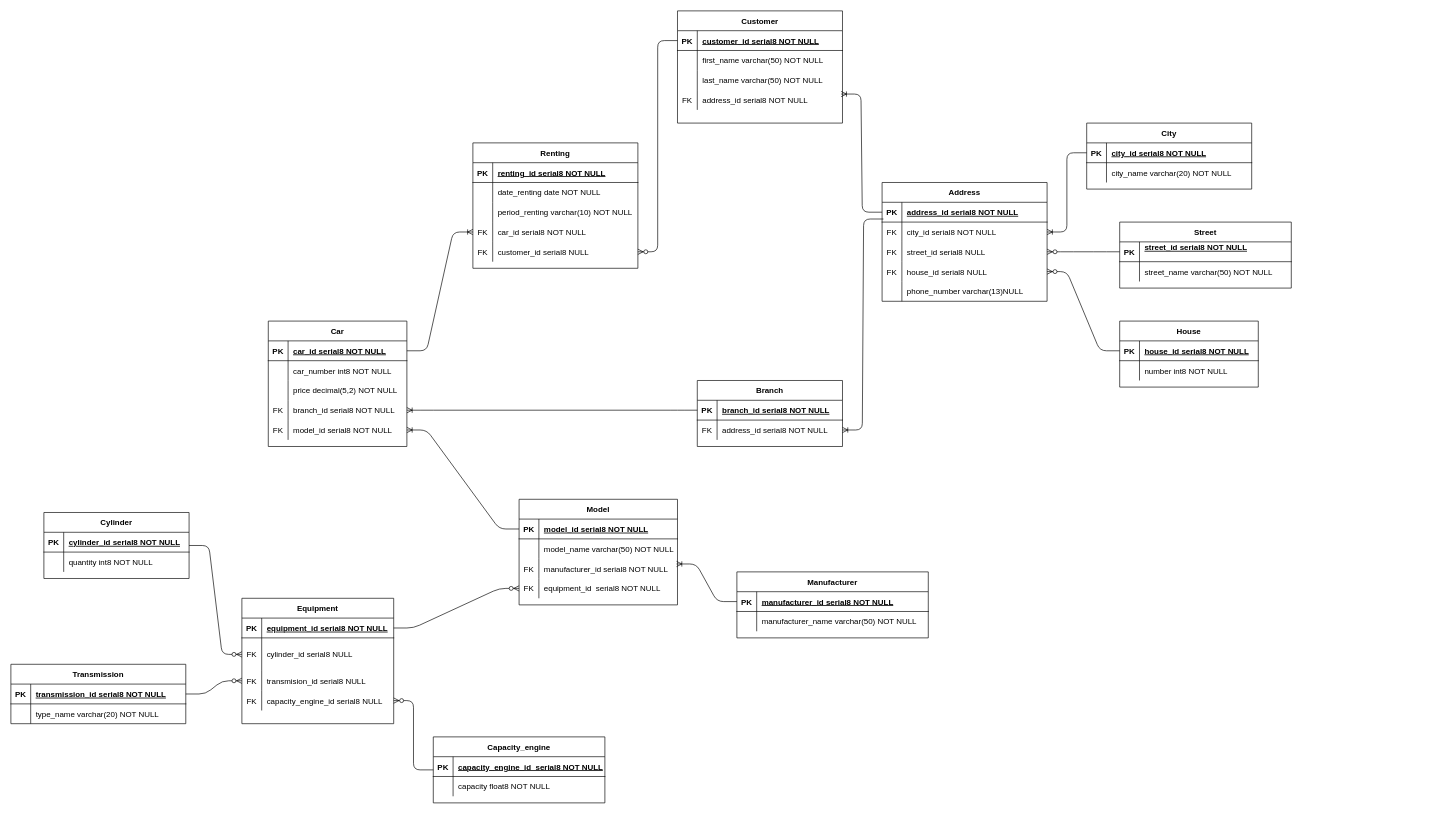
julia-kopysova/python-education keeps this draw.io diagram as database_module/diagram_task/er_diagram_car.drawio. Above is the earlier version. Source tidied: cells renumbered, new cells numbered last; positions are measured from the earlier drawing's top-left corner, leaving out a move shared by most shapes. Both pictures are drawn from the tidied source at 66%, with x=0, y=0 at pixel (11, 11).
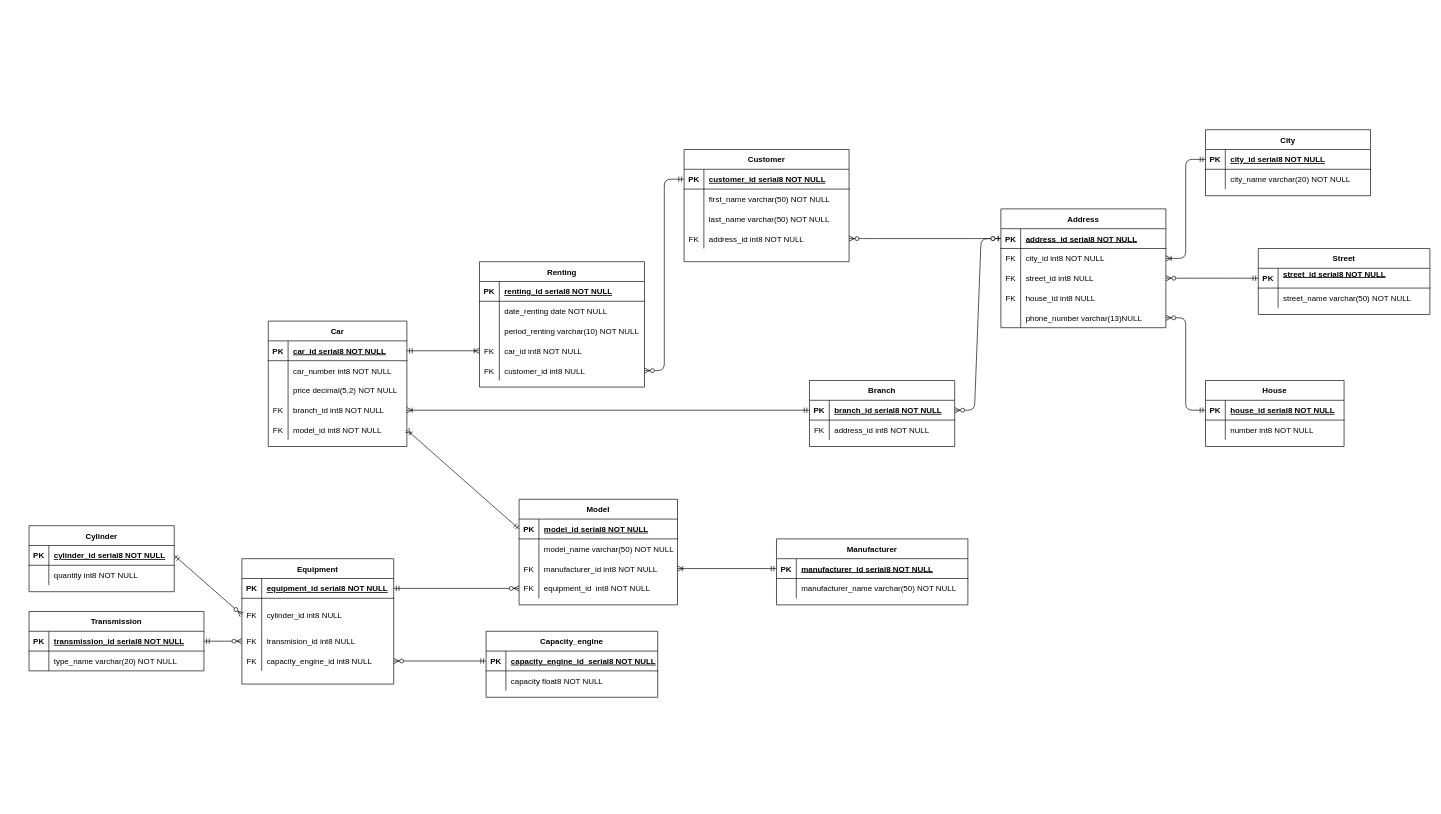
Above is the later version.

Commit message:
Changed types of relationships and data type in FK

Unchanged cells that the change refers to:
```xml
<mxCell id="3" style="shape=partialRectangle;fillColor=none;points=[[0,0.5],[1,0.5]];portConstraint=eastwest;top=0;left=0;right=0;bottom=1;" parent="2" vertex="1">
<mxCell id="6" style="shape=partialRectangle;fillColor=none;points=[[0,0.5],[1,0.5]];portConstraint=eastwest;top=0;left=0;right=0;bottom=0;" parent="2" vertex="1">
<mxCell id="9" style="shape=partialRectangle;fillColor=none;points=[[0,0.5],[1,0.5]];portConstraint=eastwest;top=0;left=0;right=0;bottom=0;" parent="2" vertex="1">
<mxCell id="12" style="shape=partialRectangle;fillColor=none;points=[[0,0.5],[1,0.5]];portConstraint=eastwest;top=0;left=0;right=0;bottom=0;" parent="2" vertex="1">
<mxCell id="15" style="shape=partialRectangle;fillColor=none;points=[[0,0.5],[1,0.5]];portConstraint=eastwest;top=0;left=0;right=0;bottom=0;" parent="2" vertex="1">
<mxCell id="19" style="shape=partialRectangle;fillColor=none;points=[[0,0.5],[1,0.5]];portConstraint=eastwest;top=0;left=0;right=0;bottom=1;" parent="18" vertex="1">
<mxCell id="28" style="shape=partialRectangle;fillColor=none;points=[[0,0.5],[1,0.5]];portConstraint=eastwest;top=0;left=0;right=0;bottom=0;" parent="18" vertex="1">
<mxCell id="32" style="shape=partialRectangle;fillColor=none;top=0;left=0;bottom=1;right=0;points=[[0,0.5],[1,0.5]];portConstraint=eastwest;" parent="31" vertex="1">
<mxCell id="35" style="shape=partialRectangle;fillColor=none;top=0;left=0;bottom=0;right=0;points=[[0,0.5],[1,0.5]];portConstraint=eastwest;" parent="31" vertex="1">
<mxCell id="39" style="shape=partialRectangle;fillColor=none;top=0;left=0;bottom=1;right=0;points=[[0,0.5],[1,0.5]];portConstraint=eastwest;" parent="38" vertex="1">
<mxCell id="48" style="shape=partialRectangle;fillColor=none;top=0;left=0;bottom=0;right=0;points=[[0,0.5],[1,0.5]];portConstraint=eastwest;" parent="38" vertex="1">
<mxCell id="51" style="shape=partialRectangle;fillColor=none;top=0;left=0;bottom=0;right=0;points=[[0,0.5],[1,0.5]];portConstraint=eastwest;" parent="38" vertex="1">
<mxCell id="55" style="shape=partialRectangle;fillColor=none;top=0;left=0;bottom=1;right=0;points=[[0,0.5],[1,0.5]];portConstraint=eastwest;" parent="54" vertex="1">
<mxCell id="62" style="shape=partialRectangle;fillColor=none;top=0;left=0;bottom=1;right=0;points=[[0,0.5],[1,0.5]];portConstraint=eastwest;" parent="61" vertex="1">
<mxCell id="68" style="shape=partialRectangle;fillColor=none;top=0;left=0;bottom=0;right=0;points=[[0,0.5],[1,0.5]];portConstraint=eastwest;" parent="61" vertex="1">
<mxCell id="71" style="shape=partialRectangle;fillColor=none;top=0;left=0;bottom=0;right=0;points=[[0,0.5],[1,0.5]];portConstraint=eastwest;" parent="61" vertex="1">
<mxCell id="75" style="shape=partialRectangle;fillColor=none;top=0;left=0;bottom=1;right=0;points=[[0,0.5],[1,0.5]];portConstraint=eastwest;" parent="74" vertex="1">
<mxCell id="82" style="shape=partialRectangle;fillColor=none;top=0;left=0;bottom=1;right=0;points=[[0,0.5],[1,0.5]];portConstraint=eastwest;" parent="81" vertex="1">
<mxCell id="96" style="shape=partialRectangle;fillColor=none;top=0;left=0;bottom=1;right=0;points=[[0,0.5],[1,0.5]];portConstraint=eastwest;" parent="95" vertex="1">
<mxCell id="99" style="shape=partialRectangle;fillColor=none;top=0;left=0;bottom=0;right=0;points=[[0,0.5],[1,0.5]];portConstraint=eastwest;" parent="95" vertex="1">
<mxCell id="102" style="shape=partialRectangle;fillColor=none;top=0;left=0;bottom=0;right=0;points=[[0,0.5],[1,0.5]];portConstraint=eastwest;" parent="95" vertex="1">
<mxCell id="105" style="shape=partialRectangle;fillColor=none;top=0;left=0;bottom=0;right=0;points=[[0,0.5],[1,0.5]];portConstraint=eastwest;" parent="95" vertex="1">
<mxCell id="110" style="shape=partialRectangle;fillColor=none;top=0;left=0;bottom=1;right=0;points=[[0,0.5],[1,0.5]];portConstraint=eastwest;" parent="109" vertex="1">
<mxCell id="118" style="shape=partialRectangle;fillColor=none;top=0;left=0;bottom=1;right=0;points=[[0,0.5],[1,0.5]];portConstraint=eastwest;" parent="117" vertex="1">
<mxCell id="126" style="shape=partialRectangle;fillColor=none;top=0;left=0;bottom=1;right=0;points=[[0,0.5],[1,0.5]];portConstraint=eastwest;" parent="125" vertex="1">
<mxCell id="134" style="shape=partialRectangle;fillColor=none;top=0;left=0;bottom=1;right=0;points=[[0,0.5],[1,0.5]];portConstraint=eastwest;" parent="133" vertex="1">
<mxCell id="150" style="shape=partialRectangle;fillColor=none;top=0;left=0;bottom=0;right=0;points=[[0,0.5],[1,0.5]];portConstraint=eastwest;" parent="140" vertex="1">
<mxCell id="153" style="shape=partialRectangle;fillColor=none;top=0;left=0;bottom=0;right=0;points=[[0,0.5],[1,0.5]];portConstraint=eastwest;" parent="140" vertex="1">
```

Diff of the diagram source:
```diff
@@
     <mxCell id="2" value="Address" style="shape=table;startSize=30;childLayout=tableLayout;rowLines=0;fontStyle=1;align=center;" parent="1" vertex="1">
-      <mxGeometry x="1320" y="260" width="250" height="180" as="geometry" />
+      <mxGeometry x="1500" y="300" width="250" height="180" as="geometry" />
     </mxCell>
@@
-    <mxCell id="8" value="city_id serial8 NOT NULL" style="shape=partialRectangle;overflow=hidden;fillColor=none;top=0;left=0;bottom=0;right=0;align=left;spacingLeft=6;" parent="6" vertex="1">
+    <mxCell id="8" value="city_id int8 NOT NULL" style="shape=partialRectangle;overflow=hidden;fillColor=none;top=0;left=0;bottom=0;right=0;align=left;spacingLeft=6;" parent="6" vertex="1">
       <mxGeometry x="30" width="220" height="30" as="geometry" />
     </mxCell>
@@
-    <mxCell id="11" value="street_id serial8 NULL" style="shape=partialRectangle;overflow=hidden;fillColor=none;top=0;left=0;bottom=0;right=0;align=left;spacingLeft=6;" parent="9" vertex="1">
+    <mxCell id="11" value="street_id int8 NULL" style="shape=partialRectangle;overflow=hidden;fillColor=none;top=0;left=0;bottom=0;right=0;align=left;spacingLeft=6;" parent="9" vertex="1">
       <mxGeometry x="30" width="220" height="30" as="geometry" />
     </mxCell>
@@
-    <mxCell id="14" value="house_id serial8 NULL" style="shape=partialRectangle;overflow=hidden;fillColor=none;top=0;left=0;bottom=0;right=0;align=left;spacingLeft=6;" parent="12" vertex="1">
+    <mxCell id="14" value="house_id int8 NULL" style="shape=partialRectangle;overflow=hidden;fillColor=none;top=0;left=0;bottom=0;right=0;align=left;spacingLeft=6;" parent="12" vertex="1">
       <mxGeometry x="30" width="220" height="30" as="geometry" />
     </mxCell>
@@
     <mxCell id="18" value="Customer" style="shape=table;startSize=30;childLayout=tableLayout;rowLines=0;fontStyle=1;align=center;" parent="1" vertex="1">
-      <mxGeometry x="1010" width="250" height="170" as="geometry" />
+      <mxGeometry x="1020" y="210" width="250" height="170" as="geometry" />
     </mxCell>
@@
-    <mxCell id="30" value="address_id serial8 NOT NULL" style="shape=partialRectangle;overflow=hidden;fillColor=none;top=0;left=0;bottom=0;right=0;align=left;spacingLeft=6;" parent="28" vertex="1">
+    <mxCell id="30" value="address_id int8 NOT NULL" style="shape=partialRectangle;overflow=hidden;fillColor=none;top=0;left=0;bottom=0;right=0;align=left;spacingLeft=6;" parent="28" vertex="1">
       <mxGeometry x="30" width="220" height="30" as="geometry" />
     </mxCell>
     <mxCell id="31" value="Branch" style="shape=table;startSize=30;childLayout=tableLayout;rowLines=0;fontStyle=1;align=center;" parent="1" vertex="1">
-      <mxGeometry x="1040" y="560" width="220" height="100" as="geometry" />
+      <mxGeometry x="1210" y="560" width="220" height="100" as="geometry" />
     </mxCell>
@@
-    <mxCell id="37" value="address_id serial8 NOT NULL" style="shape=partialRectangle;fillColor=none;top=0;left=0;bottom=0;right=0;align=left;spacingLeft=6;overflow=hidden;" parent="35" vertex="1">
+    <mxCell id="37" value="address_id int8 NOT NULL" style="shape=partialRectangle;fillColor=none;top=0;left=0;bottom=0;right=0;align=left;spacingLeft=6;overflow=hidden;" parent="35" vertex="1">
       <mxGeometry x="30" width="190" height="30" as="geometry" />
     </mxCell>
@@
-    <mxCell id="50" value="branch_id serial8 NOT NULL" style="shape=partialRectangle;fillColor=none;top=0;left=0;bottom=0;right=0;align=left;spacingLeft=6;overflow=hidden;" parent="48" vertex="1">
+    <mxCell id="50" value="branch_id int8 NOT NULL" style="shape=partialRectangle;fillColor=none;top=0;left=0;bottom=0;right=0;align=left;spacingLeft=6;overflow=hidden;" parent="48" vertex="1">
       <mxGeometry x="30" width="180" height="30" as="geometry" />
     </mxCell>
@@
-    <mxCell id="53" value="model_id serial8 NOT NULL" style="shape=partialRectangle;fillColor=none;top=0;left=0;bottom=0;right=0;align=left;spacingLeft=6;overflow=hidden;" parent="51" vertex="1">
+    <mxCell id="53" value="model_id int8 NOT NULL" style="shape=partialRectangle;fillColor=none;top=0;left=0;bottom=0;right=0;align=left;spacingLeft=6;overflow=hidden;" parent="51" vertex="1">
       <mxGeometry x="30" width="180" height="30" as="geometry" />
     </mxCell>
     <mxCell id="54" value="Manufacturer" style="shape=table;startSize=30;childLayout=tableLayout;rowLines=0;fontStyle=1;align=center;" parent="1" vertex="1">
-      <mxGeometry x="1100" y="850" width="290" height="100" as="geometry" />
+      <mxGeometry x="1160" y="800" width="290" height="100" as="geometry" />
     </mxCell>
@@
-    <mxCell id="70" value="manufacturer_id serial8 NOT NULL" style="shape=partialRectangle;fillColor=none;top=0;left=0;bottom=0;right=0;align=left;spacingLeft=6;overflow=hidden;" parent="68" vertex="1">
+    <mxCell id="70" value="manufacturer_id int8 NOT NULL" style="shape=partialRectangle;fillColor=none;top=0;left=0;bottom=0;right=0;align=left;spacingLeft=6;overflow=hidden;" parent="68" vertex="1">
       <mxGeometry x="30" width="210" height="30" as="geometry" />
     </mxCell>
@@
-    <mxCell id="73" value="equipment_id  serial8 NOT NULL" style="shape=partialRectangle;fillColor=none;top=0;left=0;bottom=0;right=0;align=left;spacingLeft=6;overflow=hidden;" parent="71" vertex="1">
+    <mxCell id="73" value="equipment_id  int8 NOT NULL" style="shape=partialRectangle;fillColor=none;top=0;left=0;bottom=0;right=0;align=left;spacingLeft=6;overflow=hidden;" parent="71" vertex="1">
       <mxGeometry x="30" width="210" height="30" as="geometry" />
     </mxCell>
     <mxCell id="74" value="Transmission" style="shape=table;startSize=30;childLayout=tableLayout;rowLines=0;fontStyle=1;align=center;" parent="1" vertex="1">
-      <mxGeometry y="990" width="265" height="90" as="geometry" />
+      <mxGeometry x="27.5" y="910" width="265" height="90" as="geometry" />
     </mxCell>
@@
     <mxCell id="81" value="City" style="shape=table;startSize=30;childLayout=tableLayout;rowLines=0;fontStyle=1;align=center;" parent="1" vertex="1">
-      <mxGeometry x="1630" y="170" width="250" height="100" as="geometry" />
+      <mxGeometry x="1810" y="180" width="250" height="100" as="geometry" />
     </mxCell>
@@
-    <mxCell id="88" style="edgeStyle=entityRelationEdgeStyle;fontSize=12;html=1;endArrow=ERoneToMany;exitX=0;exitY=0.5;exitDx=0;exitDy=0;" parent="1" edge="1" source="82" target="6">
-      <mxGeometry relative="1" as="geometry" />
-    </mxCell>
-    <mxCell id="89" style="edgeStyle=entityRelationEdgeStyle;fontSize=12;html=1;endArrow=ERzeroToMany;endFill=1;entryX=0;entryY=0.5;entryDx=0;entryDy=0;" parent="1" edge="1" source="75" target="102">
-      <mxGeometry relative="1" as="geometry" />
-    </mxCell>
-    <mxCell id="90" style="edgeStyle=entityRelationEdgeStyle;fontSize=12;html=1;endArrow=ERoneToMany;entryX=0.994;entryY=0.267;entryDx=0;entryDy=0;entryPerimeter=0;exitX=0;exitY=0.5;exitDx=0;exitDy=0;" parent="1" edge="1" source="55" target="68">
-      <mxGeometry relative="1" as="geometry" />
-    </mxCell>
-    <mxCell id="91" style="edgeStyle=entityRelationEdgeStyle;fontSize=12;html=1;endArrow=ERoneToMany;" parent="1" edge="1" source="62" target="51">
-      <mxGeometry relative="1" as="geometry" />
-    </mxCell>
-    <mxCell id="92" style="edgeStyle=entityRelationEdgeStyle;fontSize=12;html=1;endArrow=ERoneToMany;exitX=0;exitY=0.5;exitDx=0;exitDy=0;entryX=1;entryY=0.5;entryDx=0;entryDy=0;" parent="1" edge="1" source="32" target="48">
-      <mxGeometry relative="1" as="geometry" />
-    </mxCell>
-    <mxCell id="93" style="edgeStyle=entityRelationEdgeStyle;fontSize=12;html=1;endArrow=ERoneToMany;exitX=0.008;exitY=0.844;exitDx=0;exitDy=0;exitPerimeter=0;entryX=1;entryY=0.5;entryDx=0;entryDy=0;" parent="1" edge="1" source="3" target="35">
-      <mxGeometry relative="1" as="geometry" />
-    </mxCell>
-    <mxCell id="94" style="edgeStyle=entityRelationEdgeStyle;fontSize=12;html=1;endArrow=ERoneToMany;exitX=0;exitY=0.5;exitDx=0;exitDy=0;entryX=0.992;entryY=0.2;entryDx=0;entryDy=0;entryPerimeter=0;" parent="1" edge="1" source="3" target="28">
-      <mxGeometry relative="1" as="geometry" />
-    </mxCell>
     <mxCell id="95" value="Equipment" style="shape=table;startSize=30;childLayout=tableLayout;rowLines=0;fontStyle=1;align=center;" parent="1" vertex="1">
-      <mxGeometry x="350" y="890" width="230" height="190" as="geometry" />
+      <mxGeometry x="350" y="830" width="230" height="190" as="geometry" />
     </mxCell>
@@
-    <mxCell id="101" value="cylinder_id serial8 NULL" style="shape=partialRectangle;fillColor=none;top=0;left=0;bottom=0;right=0;align=left;spacingLeft=6;overflow=hidden;" parent="99" vertex="1">
+    <mxCell id="101" value="cylinder_id int8 NULL" style="shape=partialRectangle;fillColor=none;top=0;left=0;bottom=0;right=0;align=left;spacingLeft=6;overflow=hidden;" parent="99" vertex="1">
       <mxGeometry x="30" width="200" height="50" as="geometry" />
     </mxCell>
@@
-    <mxCell id="104" value="transmision_id serial8 NULL" style="shape=partialRectangle;fillColor=none;top=0;left=0;bottom=0;right=0;align=left;spacingLeft=6;overflow=hidden;" parent="102" vertex="1">
+    <mxCell id="104" value="transmision_id int8 NULL" style="shape=partialRectangle;fillColor=none;top=0;left=0;bottom=0;right=0;align=left;spacingLeft=6;overflow=hidden;" parent="102" vertex="1">
       <mxGeometry x="30" width="200" height="30" as="geometry" />
     </mxCell>
@@
-    <mxCell id="107" value="capacity_engine_id serial8 NULL" style="shape=partialRectangle;fillColor=none;top=0;left=0;bottom=0;right=0;align=left;spacingLeft=6;overflow=hidden;" parent="105" vertex="1">
+    <mxCell id="107" value="capacity_engine_id int8 NULL" style="shape=partialRectangle;fillColor=none;top=0;left=0;bottom=0;right=0;align=left;spacingLeft=6;overflow=hidden;" parent="105" vertex="1">
       <mxGeometry x="30" width="200" height="30" as="geometry" />
     </mxCell>
-    <mxCell id="108" style="edgeStyle=entityRelationEdgeStyle;fontSize=12;html=1;endArrow=ERoneToMany;entryX=0;entryY=0.5;entryDx=0;entryDy=0;" parent="1" edge="1" source="39" target="150">
-      <mxGeometry relative="1" as="geometry" />
-    </mxCell>
     <mxCell id="109" value="Street" style="shape=table;startSize=30;childLayout=tableLayout;rowLines=0;fontStyle=1;align=center;" parent="1" vertex="1">
-      <mxGeometry x="1680" y="320" width="260" height="100" as="geometry" />
+      <mxGeometry x="1890" y="360" width="260" height="100" as="geometry" />
     </mxCell>
@@
-    <mxCell id="116" style="edgeStyle=entityRelationEdgeStyle;fontSize=12;html=1;endArrow=ERzeroToMany;endFill=1;entryX=0;entryY=0.5;entryDx=0;entryDy=0;exitX=1;exitY=0.5;exitDx=0;exitDy=0;" parent="1" edge="1" source="96" target="71">
-      <mxGeometry relative="1" as="geometry" />
-    </mxCell>
     <mxCell id="117" value="Сylinder" style="shape=table;startSize=30;childLayout=tableLayout;rowLines=0;fontStyle=1;align=center;" parent="1" vertex="1">
-      <mxGeometry x="50" y="760" width="220" height="100" as="geometry" />
+      <mxGeometry x="27.5" y="780" width="220" height="100" as="geometry" />
     </mxCell>
@@
-    <mxCell id="124" style="edgeStyle=entityRelationEdgeStyle;fontSize=12;html=1;endArrow=ERzeroToMany;endFill=1;exitX=1;exitY=0.5;exitDx=0;exitDy=0;entryX=0;entryY=0.5;entryDx=0;entryDy=0;" parent="1" edge="1" source="117" target="99">
-      <mxGeometry relative="1" as="geometry" />
-    </mxCell>
     <mxCell id="125" value="Capacity_engine" style="shape=table;startSize=30;childLayout=tableLayout;rowLines=0;fontStyle=1;align=center;" parent="1" vertex="1">
-      <mxGeometry x="640" y="1100" width="260" height="100" as="geometry" />
+      <mxGeometry x="720" y="940" width="260" height="100" as="geometry" />
     </mxCell>
@@
-    <mxCell id="132" style="edgeStyle=entityRelationEdgeStyle;fontSize=12;html=1;endArrow=ERzeroToMany;endFill=1;entryX=1;entryY=0.5;entryDx=0;entryDy=0;exitX=0;exitY=0.5;exitDx=0;exitDy=0;" parent="1" edge="1" source="125" target="105">
-      <mxGeometry relative="1" as="geometry" />
-    </mxCell>
     <mxCell id="133" value="House" style="shape=table;startSize=30;childLayout=tableLayout;rowLines=0;fontStyle=1;align=center;" parent="1" vertex="1">
-      <mxGeometry x="1680" y="470" width="210" height="100" as="geometry" />
+      <mxGeometry x="1810" y="560" width="210" height="100" as="geometry" />
     </mxCell>
@@
     <mxCell id="140" value="Renting" style="shape=table;startSize=30;childLayout=tableLayout;rowLines=0;fontStyle=1;align=center;" parent="1" vertex="1">
-      <mxGeometry x="700" y="200" width="250" height="190" as="geometry" />
+      <mxGeometry x="710" y="380" width="250" height="190" as="geometry" />
     </mxCell>
@@
-    <mxCell id="152" value="car_id serial8 NOT NULL" style="shape=partialRectangle;fillColor=none;top=0;left=0;bottom=0;right=0;align=left;spacingLeft=6;overflow=hidden;" parent="150" vertex="1">
+    <mxCell id="152" value="car_id int8 NOT NULL" style="shape=partialRectangle;fillColor=none;top=0;left=0;bottom=0;right=0;align=left;spacingLeft=6;overflow=hidden;" parent="150" vertex="1">
       <mxGeometry x="30" width="220" height="30" as="geometry" />
     </mxCell>
@@
-    <mxCell id="155" value="customer_id serial8 NULL" style="shape=partialRectangle;fillColor=none;top=0;left=0;bottom=0;right=0;align=left;spacingLeft=6;overflow=hidden;" parent="153" vertex="1">
+    <mxCell id="155" value="customer_id int8 NULL" style="shape=partialRectangle;fillColor=none;top=0;left=0;bottom=0;right=0;align=left;spacingLeft=6;overflow=hidden;" parent="153" vertex="1">
       <mxGeometry x="30" width="220" height="30" as="geometry" />
     </mxCell>
+    <mxCell id="108" style="edgeStyle=entityRelationEdgeStyle;fontSize=12;html=1;endArrow=ERoneToMany;startArrow=ERmandOne;entryX=0;entryY=0.5;entryDx=0;entryDy=0;exitX=1;exitY=0.5;exitDx=0;exitDy=0;" parent="1" edge="1" source="39" target="150">
+      <mxGeometry relative="1" as="geometry" />
+    </mxCell>
+    <mxCell id="92" style="fontSize=12;html=1;endArrow=ERoneToMany;startArrow=ERmandOne;exitX=0;exitY=0.5;exitDx=0;exitDy=0;" parent="1" edge="1" source="32" target="48">
+      <mxGeometry relative="1" as="geometry" />
+    </mxCell>
+    <mxCell id="91" style="fontSize=12;html=1;endArrow=ERoneToMany;startArrow=ERmandOne;entryX=1;entryY=0.5;entryDx=0;entryDy=0;exitX=0;exitY=0.5;exitDx=0;exitDy=0;" parent="1" edge="1" source="62" target="51">
+      <mxGeometry relative="1" as="geometry" />
+    </mxCell>
+    <mxCell id="116" style="fontSize=12;html=1;endArrow=ERzeroToMany;startArrow=ERmandOne;exitX=1;exitY=0.5;exitDx=0;exitDy=0;entryX=0;entryY=0.5;entryDx=0;entryDy=0;" parent="1" edge="1" source="96" target="71">
+      <mxGeometry relative="1" as="geometry" />
+    </mxCell>
+    <mxCell id="159" style="fontSize=12;html=1;endArrow=ERzeroToMany;startArrow=ERmandOne;exitX=0;exitY=0.5;exitDx=0;exitDy=0;entryX=1;entryY=0.5;entryDx=0;entryDy=0;" parent="1" edge="1" source="126" target="105">
+      <mxGeometry relative="1" as="geometry" />
+    </mxCell>
+    <mxCell id="89" style="fontSize=12;html=1;endArrow=ERzeroToMany;startArrow=ERmandOne;exitX=1;exitY=0.5;exitDx=0;exitDy=0;entryX=0;entryY=0.5;entryDx=0;entryDy=0;" parent="1" edge="1" source="75" target="102">
+      <mxGeometry relative="1" as="geometry" />
+    </mxCell>
+    <mxCell id="160" style="fontSize=12;html=1;endArrow=ERzeroToMany;startArrow=ERmandOne;exitX=1;exitY=0.5;exitDx=0;exitDy=0;entryX=0;entryY=0.5;entryDx=0;entryDy=0;" parent="1" edge="1" source="118" target="99">
+      <mxGeometry relative="1" as="geometry" />
+    </mxCell>
+    <mxCell id="90" style="fontSize=12;html=1;endArrow=ERoneToMany;startArrow=ERmandOne;exitX=0;exitY=0.5;exitDx=0;exitDy=0;" parent="1" edge="1" source="55" target="68">
+      <mxGeometry relative="1" as="geometry" />
+    </mxCell>
-    <mxCell id="156" style="edgeStyle=entityRelationEdgeStyle;fontSize=12;html=1;endArrow=ERzeroToMany;endFill=1;exitX=0;exitY=0.5;exitDx=0;exitDy=0;entryX=1;entryY=0.5;entryDx=0;entryDy=0;" parent="1" edge="1" source="19" target="153">
+    <mxCell id="156" style="edgeStyle=entityRelationEdgeStyle;fontSize=12;html=1;endArrow=ERzeroToMany;startArrow=ERmandOne;exitX=0;exitY=0.5;exitDx=0;exitDy=0;entryX=1;entryY=0.5;entryDx=0;entryDy=0;" parent="1" edge="1" source="19" target="153">
       <mxGeometry relative="1" as="geometry" />
     </mxCell>
+    <mxCell id="94" style="edgeStyle=entityRelationEdgeStyle;fontSize=12;html=1;endArrow=ERzeroToMany;startArrow=ERzeroToOne;exitX=0;exitY=0.5;exitDx=0;exitDy=0;" parent="1" edge="1" source="3" target="28">
+      <mxGeometry relative="1" as="geometry" />
+    </mxCell>
+    <mxCell id="161" style="edgeStyle=entityRelationEdgeStyle;fontSize=12;html=1;endArrow=ERzeroToMany;startArrow=ERzeroToOne;exitX=0;exitY=0.5;exitDx=0;exitDy=0;entryX=1;entryY=0.5;entryDx=0;entryDy=0;" parent="1" edge="1" source="3" target="32">
+      <mxGeometry relative="1" as="geometry" />
+    </mxCell>
+    <mxCell id="88" style="edgeStyle=entityRelationEdgeStyle;fontSize=12;html=1;endArrow=ERoneToMany;startArrow=ERmandOne;exitX=0;exitY=0.5;exitDx=0;exitDy=0;entryX=1;entryY=0.5;entryDx=0;entryDy=0;" parent="1" edge="1" source="82" target="6">
+      <mxGeometry relative="1" as="geometry" />
+    </mxCell>
-    <mxCell id="157" style="edgeStyle=entityRelationEdgeStyle;fontSize=12;html=1;endArrow=ERzeroToMany;endFill=1;entryX=1;entryY=0.5;entryDx=0;entryDy=0;exitX=0;exitY=0.5;exitDx=0;exitDy=0;" parent="1" edge="1" source="110" target="9">
+    <mxCell id="157" style="edgeStyle=entityRelationEdgeStyle;fontSize=12;html=1;endArrow=ERzeroToMany;startArrow=ERmandOne;exitX=0;exitY=0.5;exitDx=0;exitDy=0;entryX=1;entryY=0.5;entryDx=0;entryDy=0;" parent="1" edge="1" source="110" target="9">
       <mxGeometry relative="1" as="geometry" />
     </mxCell>
-    <mxCell id="158" style="edgeStyle=entityRelationEdgeStyle;fontSize=12;html=1;endArrow=ERzeroToMany;endFill=1;entryX=1;entryY=0.5;entryDx=0;entryDy=0;exitX=0;exitY=0.5;exitDx=0;exitDy=0;" parent="1" edge="1" source="134" target="12">
-      <mxGeometry relative="1" as="geometry" />
-    </mxCell>
+    <mxCell id="162" style="edgeStyle=entityRelationEdgeStyle;fontSize=12;html=1;endArrow=ERzeroToMany;startArrow=ERmandOne;exitX=0;exitY=0.5;exitDx=0;exitDy=0;" parent="1" edge="1" source="134" target="15">
+      <mxGeometry relative="1" as="geometry" />
+    </mxCell>
```
